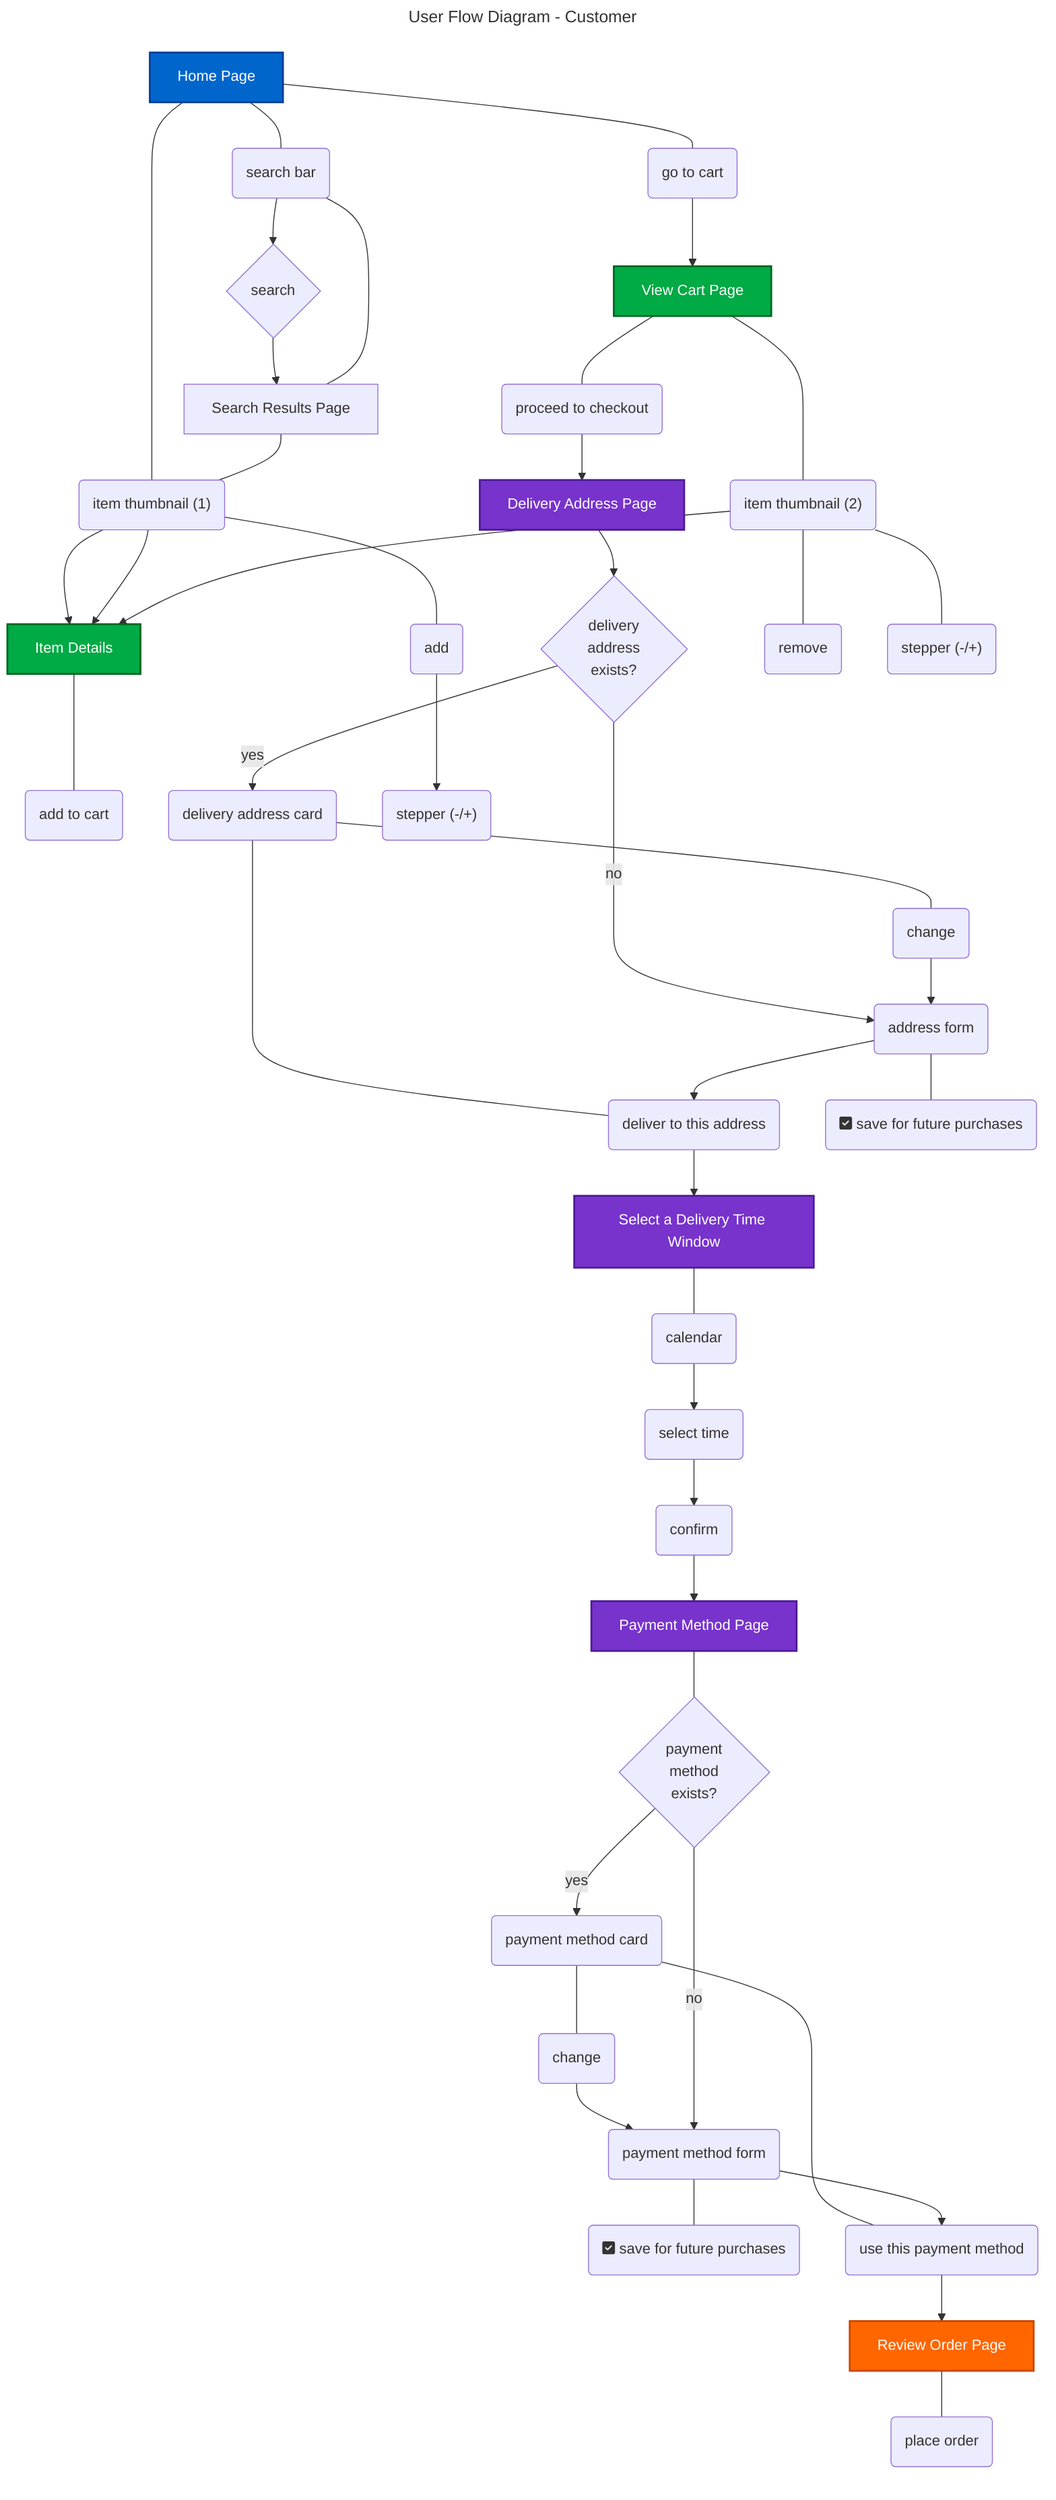
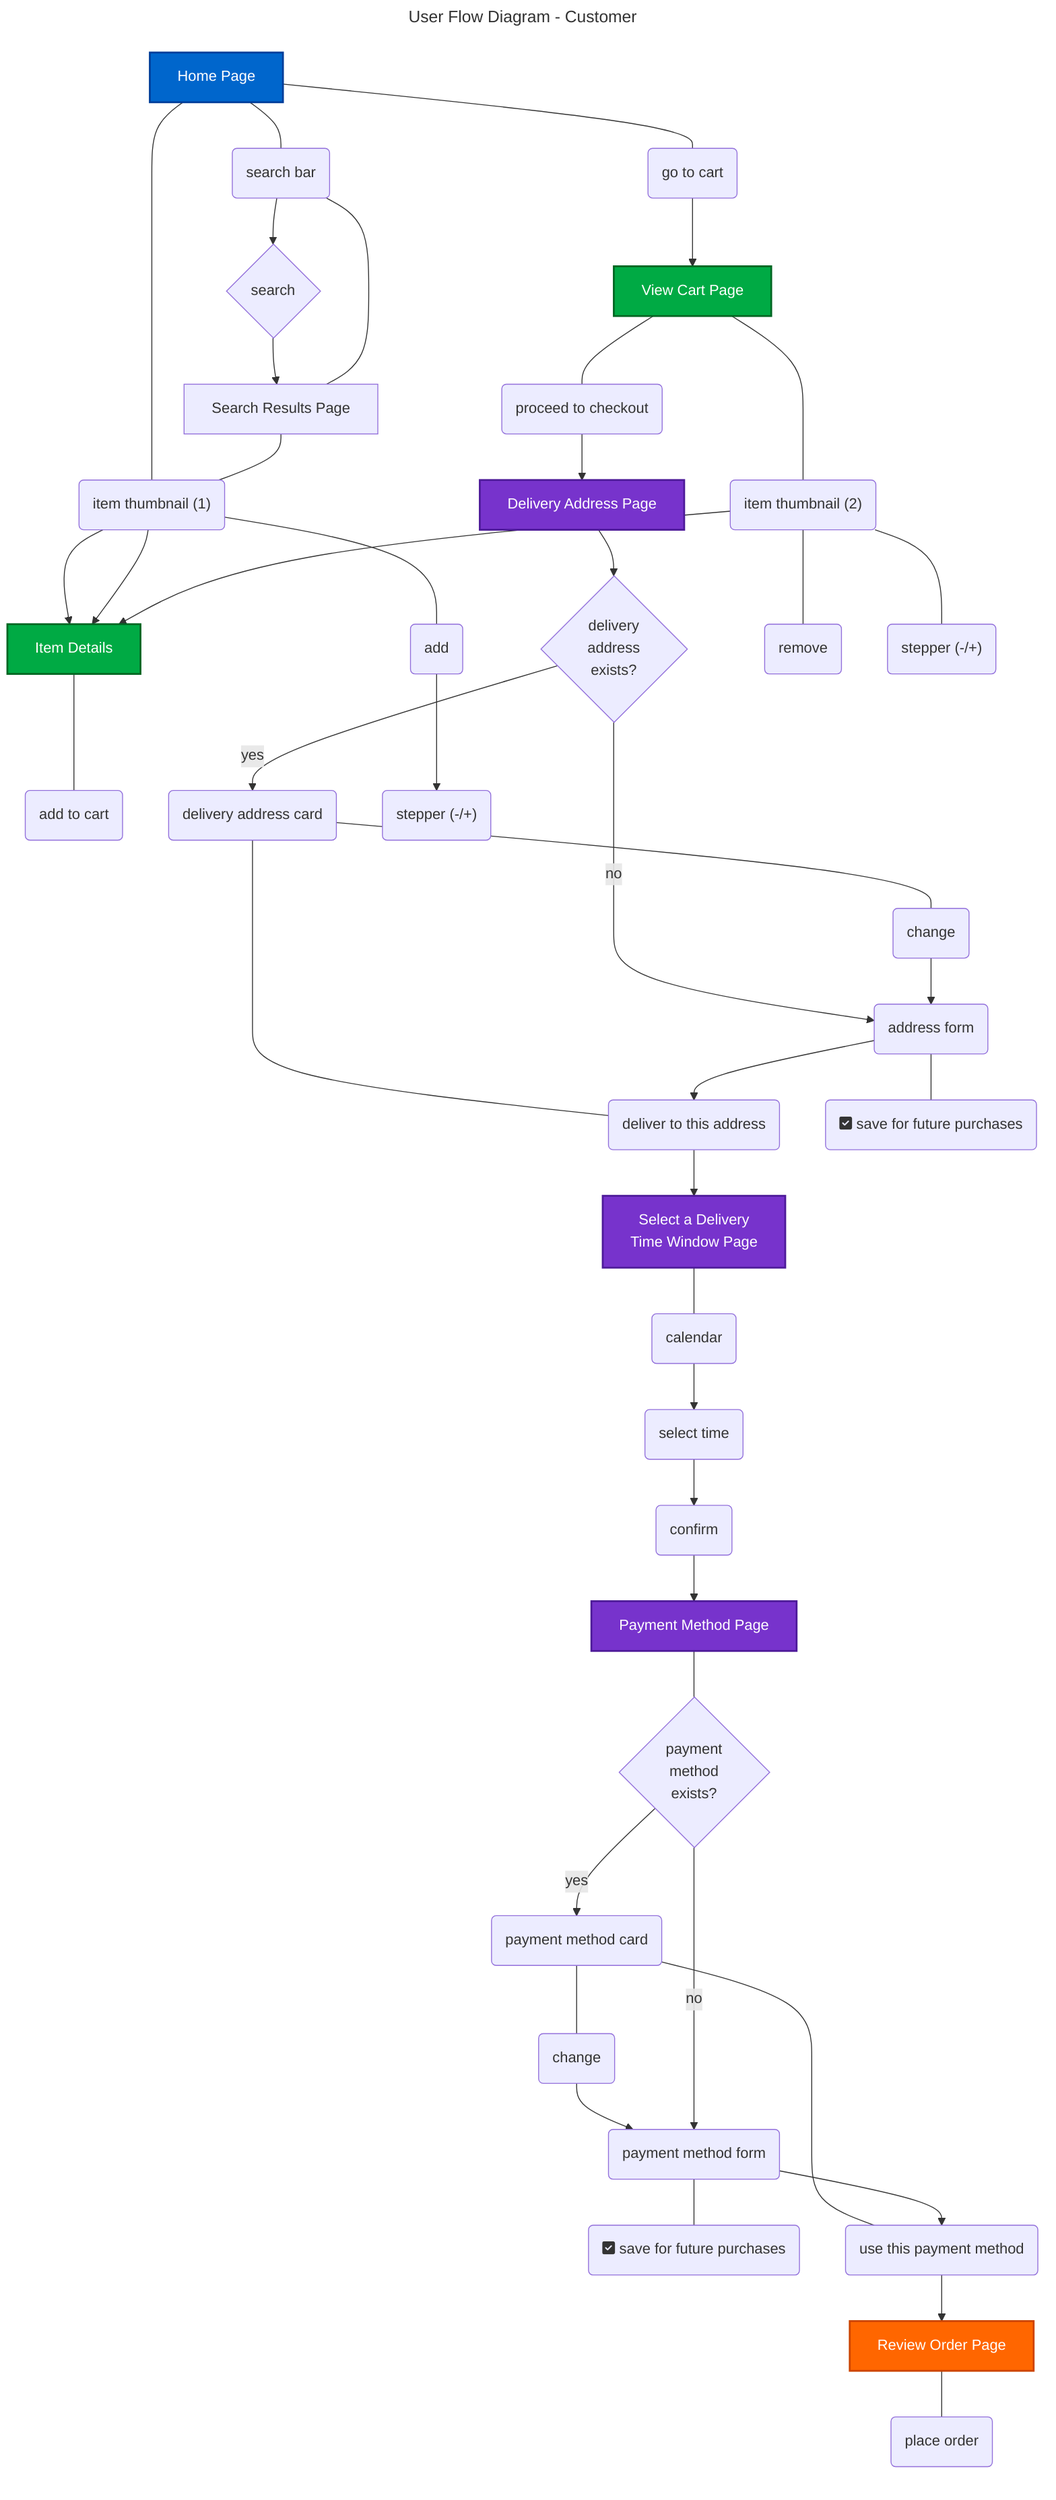
---
title: User Flow Diagram - Customer
---

%% CONVENTIONS USED

%% Diamonds are actions or logical predicates (denoted by curly braces, i.e., `{}`);
%% rectangles are pages (denoted by square brackets, i.e., `[]`);
%% rounded rectangles are (re-useable) components (denoted by parentheses, i.e., `()`).

%% A stepper is a UI component that allows the user to decrement or increment a quantity.

%% If there is an arrow from A to B, then that means that B is a page or component that
%% appears when A is selected.

%% If there is a line from A to B (i.e. `---`), then that means that B is a component of A.

flowchart TD
-     %% Nodes
+ 
+     %% NODES
+ 
    Add("add")
    AddToCart("add to cart")
    AddressForm("address form")
    Calendar("calendar")
    ChangeDeliveryAddress("change")
    ChangePaymentMethod("change")
    Confirm("confirm")
    DeliverToThisAddress("deliver to this address")
    DeliveryAddressCard("delivery address card")
    DeliveryAddressExists{"delivery<br>address<br>exists?"}
    DeliveryAddressPage["Delivery Address Page"]
    GoToCart("go to cart")
    HomePage["Home Page"]
    ItemDetails["Item Details"]
    ItemThumbnail1("item thumbnail (1)")
    ItemThumbnail2("item thumbnail (2)")
    PaymentMethodCard("payment method card")
    PaymentMethodExists{"payment<br>method<br>exists?"}
    PaymentMethodForm("payment method form")
    PaymentMethodPage["Payment Method Page"]
    PlaceOrder("place order")
    ReviewOrderPage["Review Order Page"]
    ProceedToCheckout("proceed to checkout")
    Remove("remove")
    SaveAddressForFuturePurchases("fa:fa-square-check save for future purchases")
    SavePaymentMethodForFuturePurchases("fa:fa-square-check save for future purchases")
    SearchBar("search bar")
    SearchResultsPage["Search Results Page"]
    Search{"search"}
-     SelectDeliveryWindow["Select a Delivery Time Window"]
+     SelectDeliveryWindowPage["Select a Delivery<br>Time Window Page"]
    SelectTime("select time")
    Stepper1("stepper (-/+)")
    Stepper2("stepper (-/+)")
    UseThisPaymentMethod("use this payment method")
    ViewCartPage["View Cart Page"]


    %% EDGE CONNECTIONS BETWEEN NODES

    %% HomePage
    HomePage --- SearchBar
    HomePage --- ItemThumbnail1
    HomePage --- GoToCart
    ItemThumbnail1 --> ItemDetails

    %% Go to cart
    GoToCart --> ViewCartPage

    %% Search bar
    SearchBar --> Search --> SearchResultsPage

    %% Search results
    SearchResultsPage --- SearchBar
    SearchResultsPage --- ItemThumbnail1
    ItemThumbnail1 --- Add --> Stepper1
    ItemThumbnail1 --> ItemDetails
    ItemDetails --- AddToCart

    %% View cart
    ViewCartPage --- ProceedToCheckout --> DeliveryAddressPage
    ViewCartPage --- ItemThumbnail2
    ItemThumbnail2 --- Stepper2
    ItemThumbnail2 --- Remove
    ItemThumbnail2 --> ItemDetails

    %% Delivery address
    DeliveryAddressPage --> DeliveryAddressExists
    DeliveryAddressExists -->|yes| DeliveryAddressCard
    DeliveryAddressExists -->|no| AddressForm
    DeliveryAddressCard --- ChangeDeliveryAddress --> AddressForm
    DeliveryAddressCard --- DeliverToThisAddress
    AddressForm --- SaveAddressForFuturePurchases
    AddressForm --> DeliverToThisAddress
-     DeliverToThisAddress --> SelectDeliveryWindow
+     DeliverToThisAddress --> SelectDeliveryWindowPage

    %% Select delivery time
-     SelectDeliveryWindow --- Calendar --> SelectTime --> Confirm --> PaymentMethodPage
+     SelectDeliveryWindowPage --- Calendar --> SelectTime --> Confirm --> PaymentMethodPage

    %% Payment method
    PaymentMethodPage --- PaymentMethodExists
    PaymentMethodExists -->|yes| PaymentMethodCard
    PaymentMethodCard --- ChangePaymentMethod --> PaymentMethodForm
    PaymentMethodCard --- UseThisPaymentMethod
    PaymentMethodExists -->|no| PaymentMethodForm
    PaymentMethodForm --- SavePaymentMethodForFuturePurchases
    PaymentMethodForm --> UseThisPaymentMethod
    UseThisPaymentMethod --> ReviewOrderPage --- PlaceOrder


    %% INDIVIDUAL NODE STYLING
    style HomePage fill:#0066cc,color:#fff,stroke:#003d99,stroke-width:2px
    %% Group 1: Item details and view cart (Green)
    style ItemDetails fill:#00aa44,color:#fff,stroke:#006622,stroke-width:2px
    style ViewCartPage fill:#00aa44,color:#fff,stroke:#006622,stroke-width:2px
    %% Group 2: Delivery, time, and payment (Purple)
    style DeliveryAddressPage fill:#7733cc,color:#fff,stroke:#4d1a99,stroke-width:2px
-     style SelectDeliveryWindow fill:#7733cc,color:#fff,stroke:#4d1a99,stroke-width:2px
+     style SelectDeliveryWindowPage fill:#7733cc,color:#fff,stroke:#4d1a99,stroke-width:2px
    style PaymentMethodPage fill:#7733cc,color:#fff,stroke:#4d1a99,stroke-width:2px
    %% Group 3: Review order (Orange)
    style ReviewOrderPage fill:#ff6600,color:#fff,stroke:#cc4400,stroke-width:2px